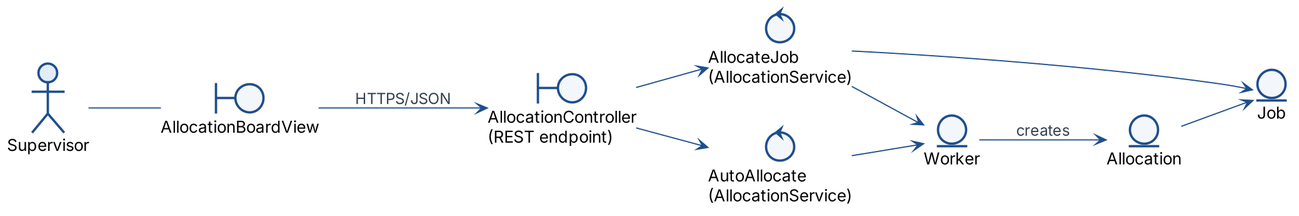
Earlier version of the PlantUML export diagrams/png/10-ecb.png (jaricsng/ooad-3tier-job-allocation). Its source is kept beside it as diagrams/src/10-ecb.puml.
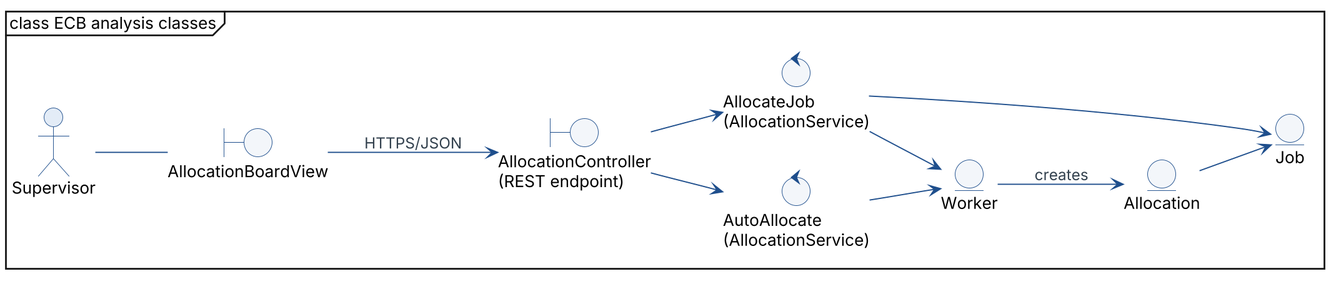
Later version of the same file.

What changed in the source:
```diff
@@ -1,5 +1,6 @@
 @startuml
 !include style.iuml
+mainframe class ECB analysis classes
 left to right direction
 actor Supervisor
 boundary "AllocationBoardView" as B1
```
